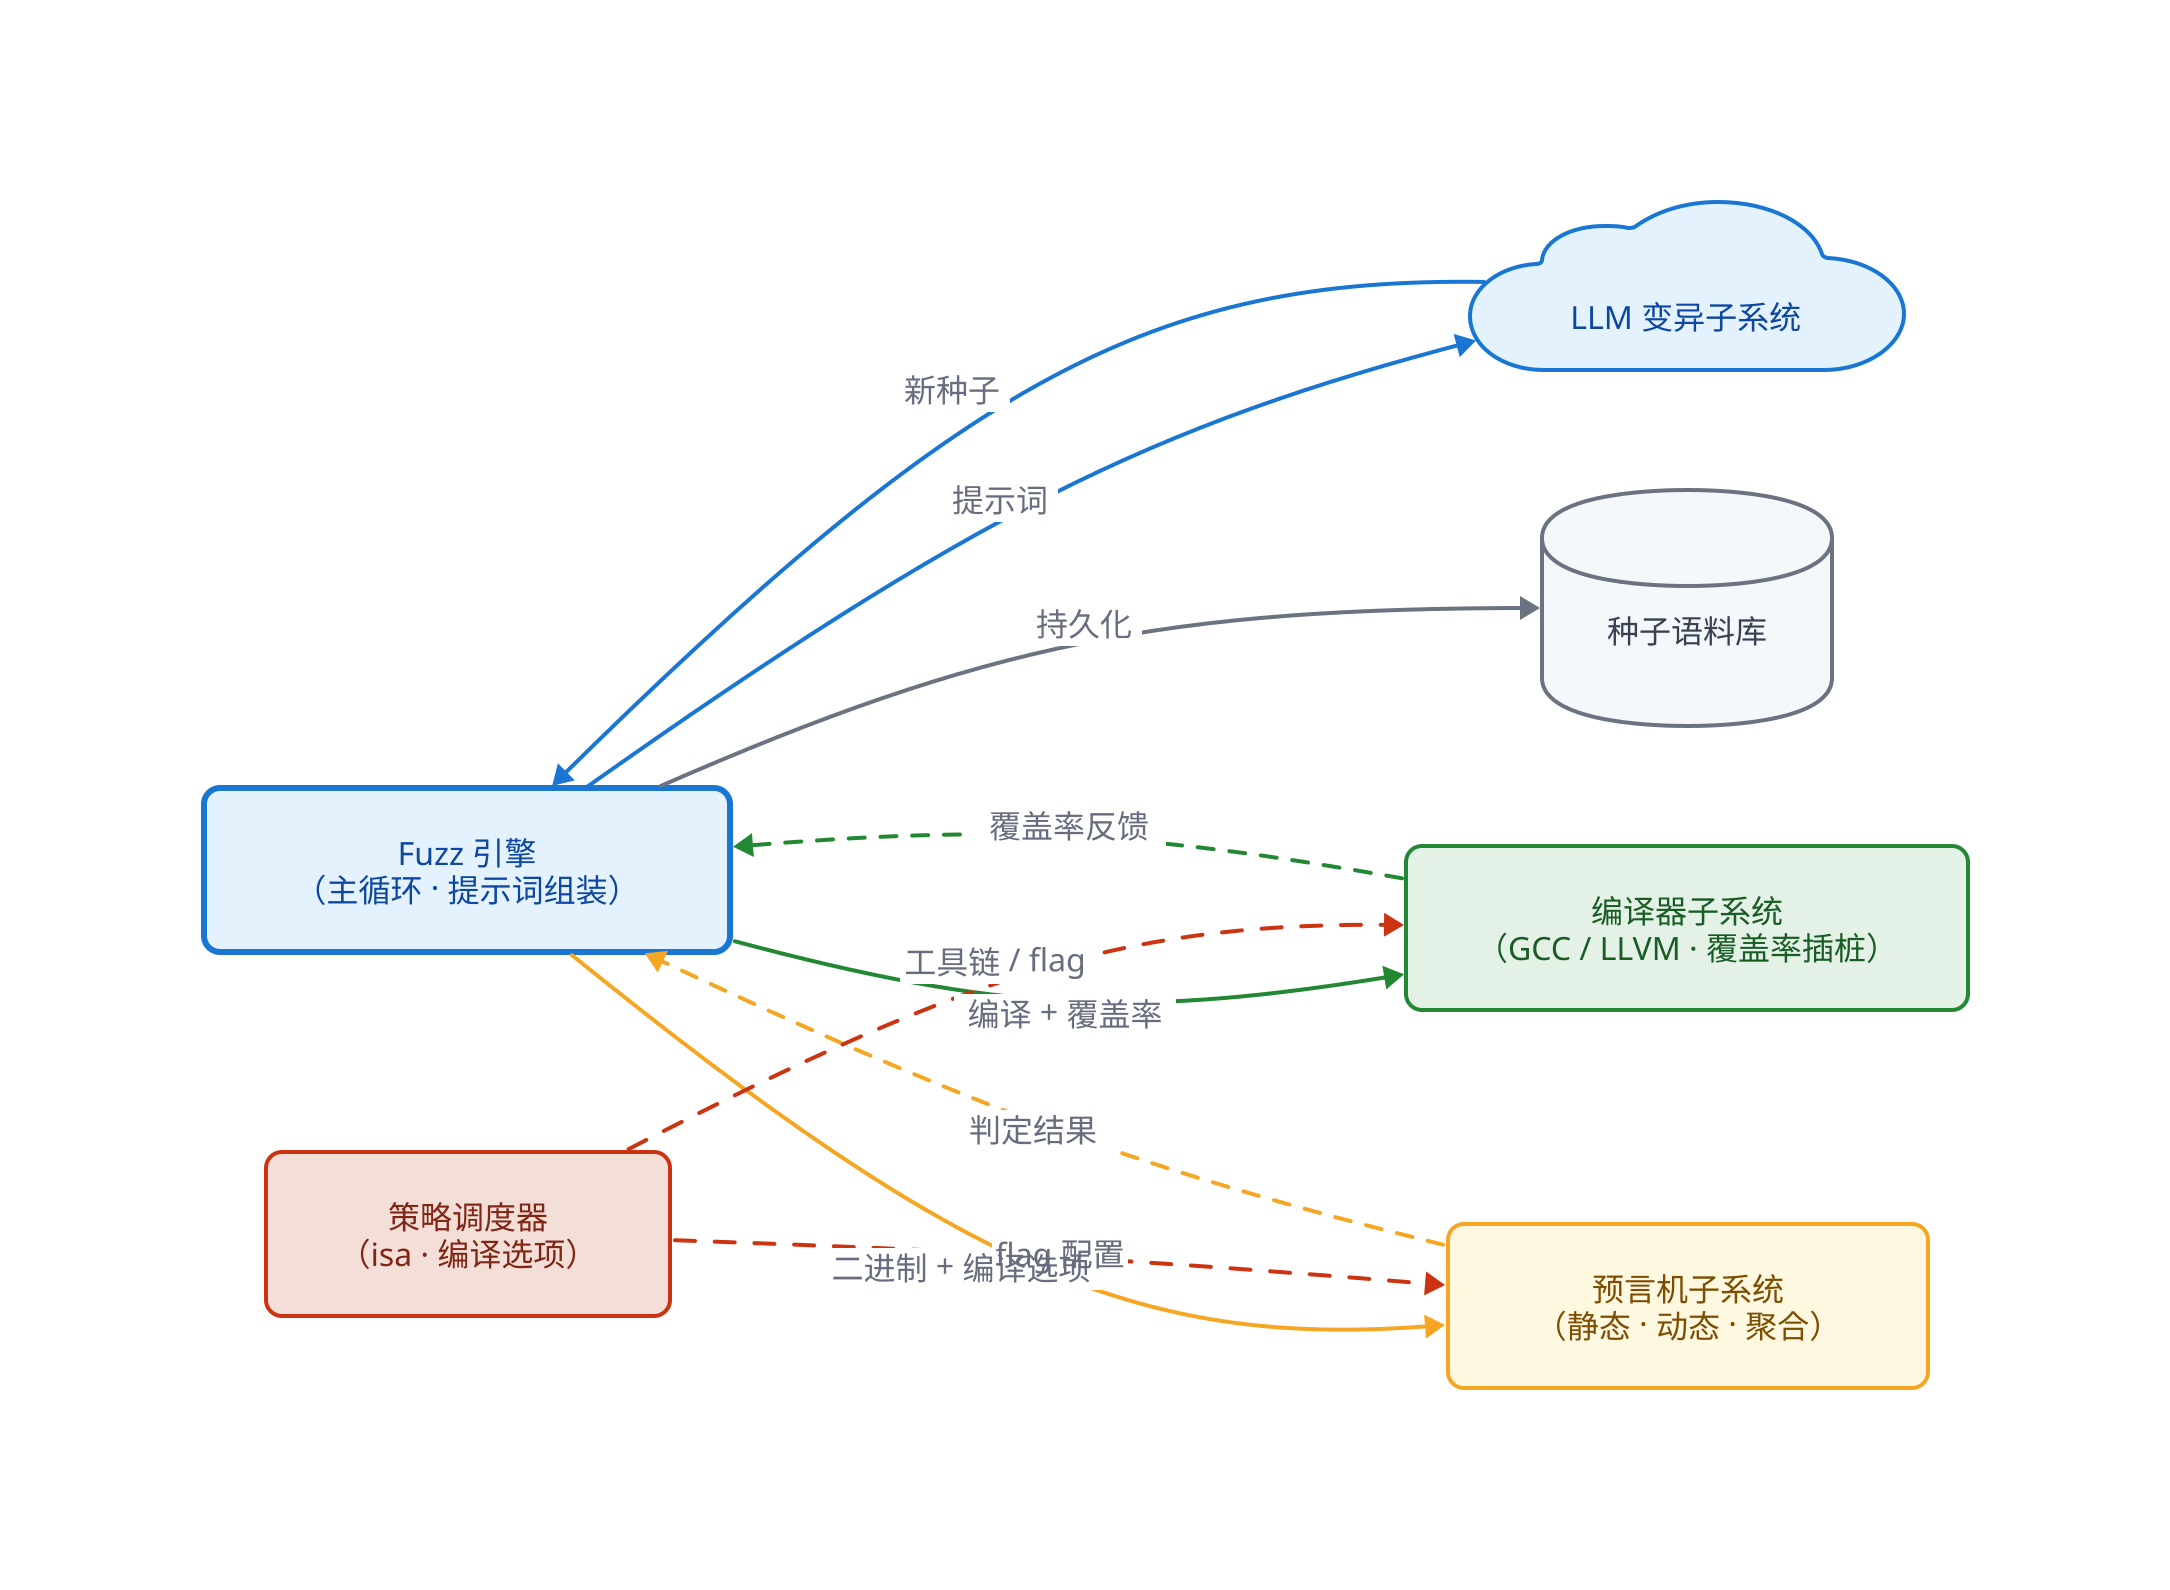
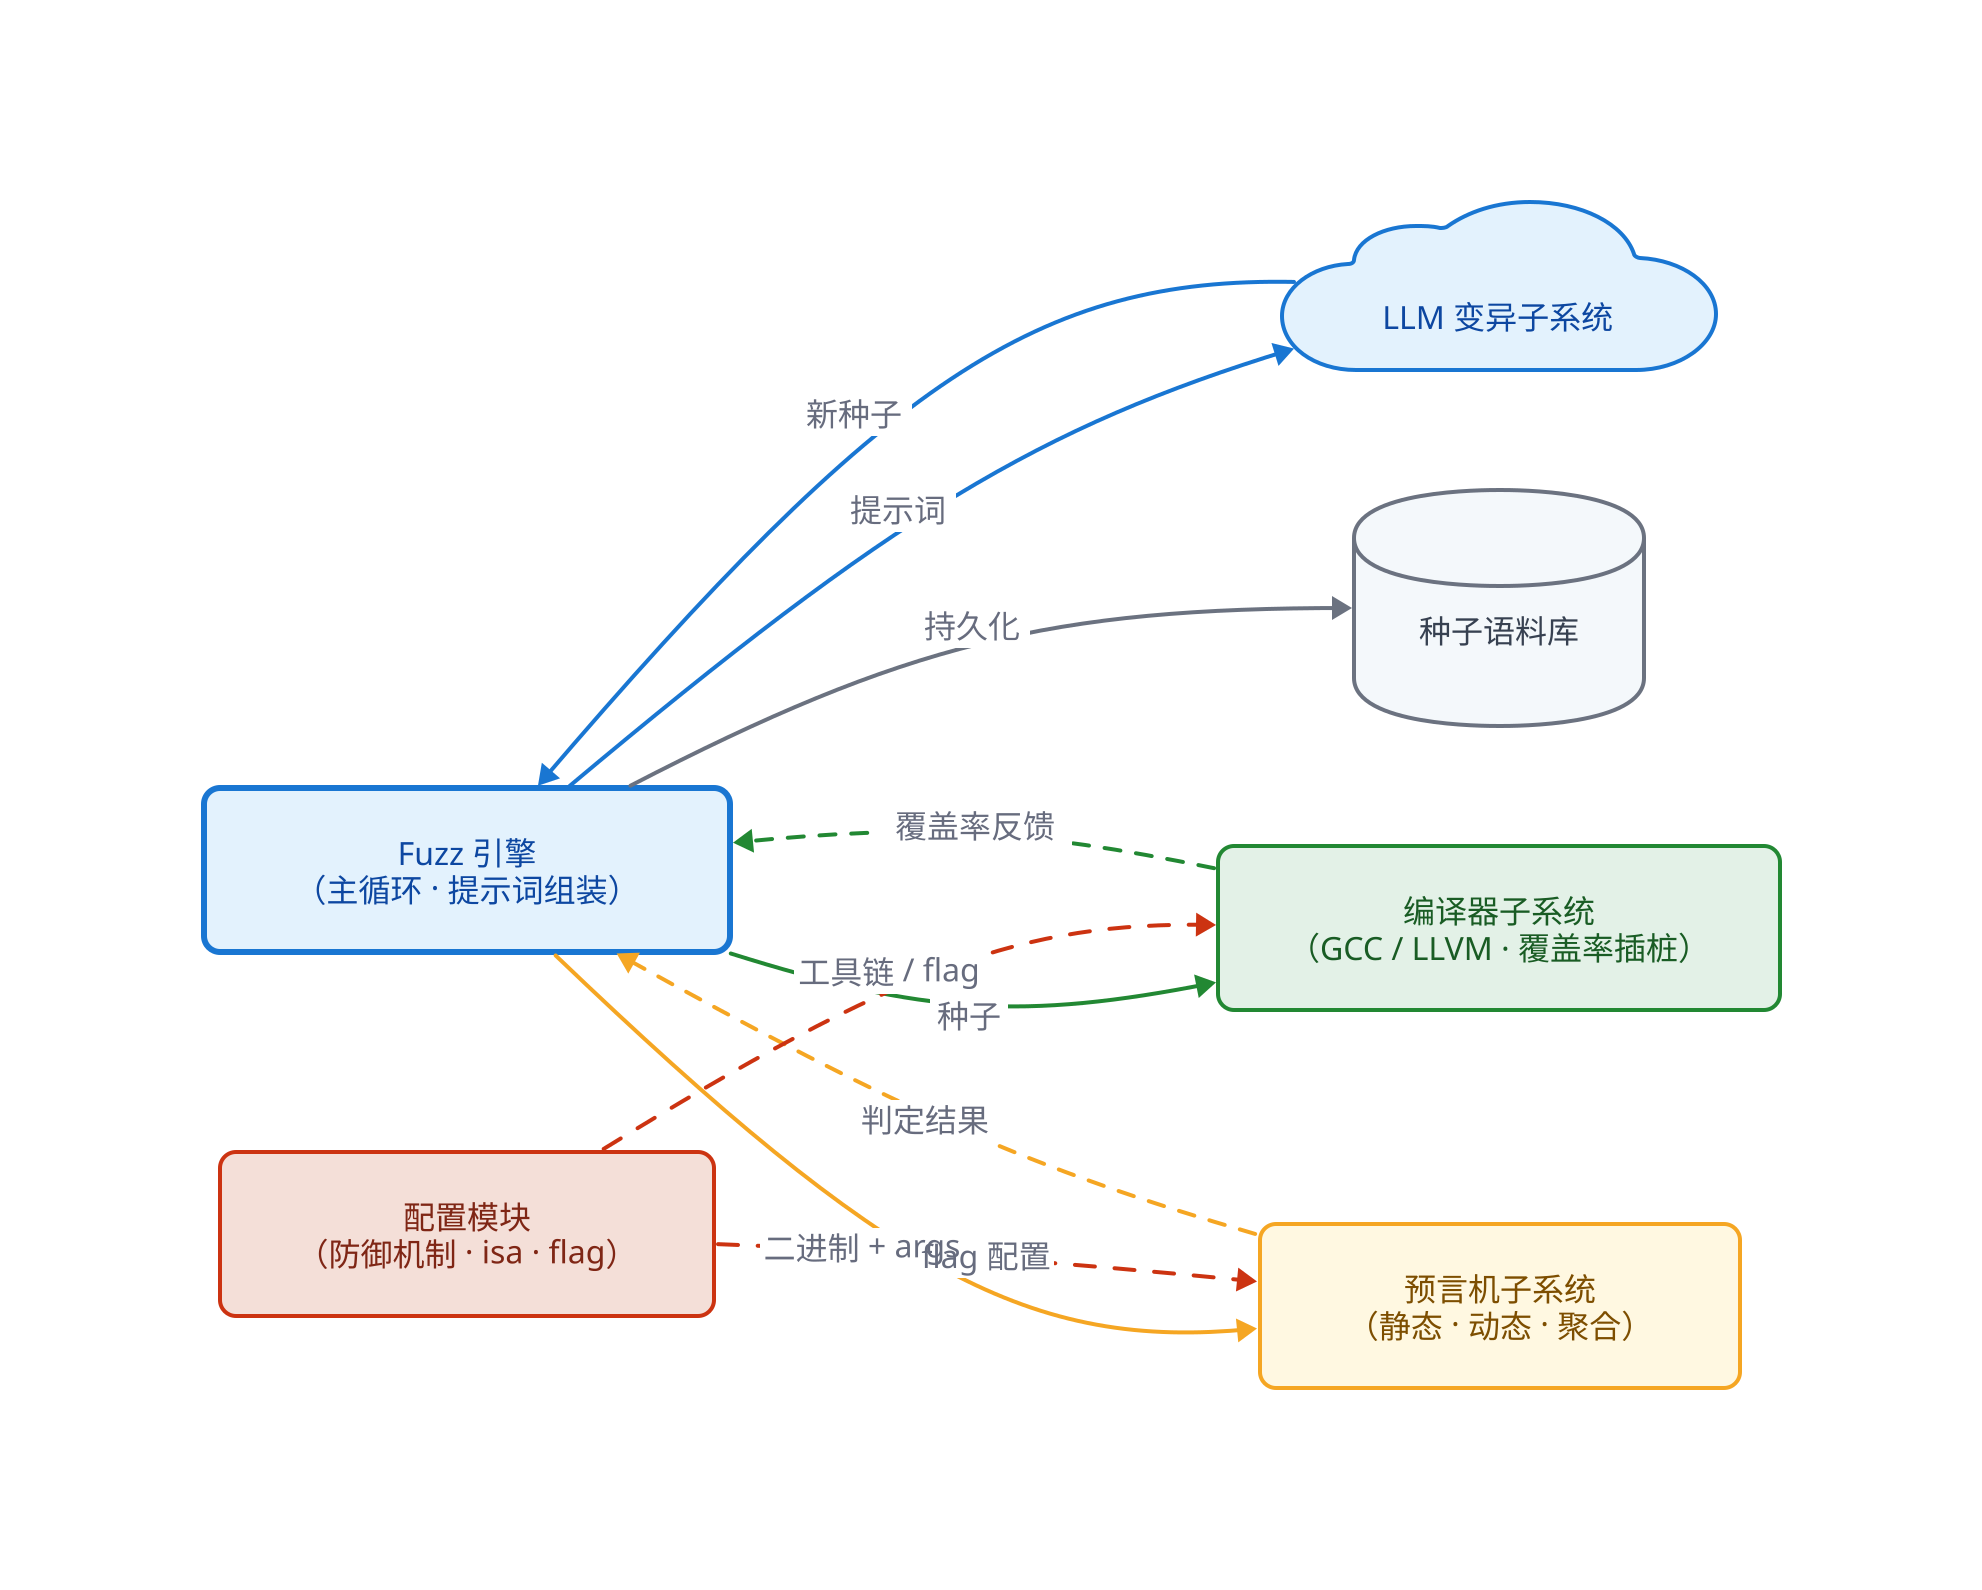
# 图 4 — DeFuzz 总体架构（中文版）
# 渲染：d2 --layout=elk --pad=24 architecture.zh.d2 architecture.zh.svg
# 节点收紧：仅保留 引擎 / 编译器 / 大模型 / 预言机 / 语料库 / 调度器 6 个核心模块。

direction: right

engine: "Fuzz 引擎\n（主循环 · 提示词组装）" {
  style: {
    fill: "#E3F2FD"; stroke: "#1976D2"; stroke-width: 3
    font-color: "#0D47A1"; border-radius: 8; bold: true
  }
}

llm: "LLM 变异子系统" {
  shape: cloud
  style: {
    fill: "#E3F2FD"; stroke: "#1976D2"; stroke-width: 2
    font-color: "#0D47A1"; bold: true
  }
}

compiler: "编译器子系统\n（GCC / LLVM · 覆盖率插桩）" {
  style: {
    fill: "#E3F1E7"; stroke: "#228833"; stroke-width: 2
    font-color: "#195C24"; border-radius: 8
  }
}

oracle: "预言机子系统\n（静态 · 动态 · 聚合）" {
  style: {
    fill: "#FFF8E1"; stroke: "#F5A623"; stroke-width: 2
    font-color: "#7D4E00"; border-radius: 8
  }
}

corpus: "种子语料库" {
  shape: cylinder
  style: {
    fill: "#F4F8FB"; stroke: "#6B7280"; stroke-width: 2
    font-color: "#374151"; bold: true
  }
}

- scheduler: "策略调度器\n（isa · 编译选项）" {
+ scheduler: "配置模块\n（防御机制 · isa · flag）" {
  style: {
    fill: "#F4DFD8"; stroke: "#CC3311"; stroke-width: 2
    font-color: "#7F2615"; border-radius: 8
  }
}

engine -> llm: "提示词" { style: { stroke: "#1976D2"; stroke-width: 2 } }
llm -> engine: "新种子" { style: { stroke: "#1976D2"; stroke-width: 2 } }

- engine -> compiler: "编译 + 覆盖率" { style: { stroke: "#228833"; stroke-width: 2 } }
+ engine -> compiler: "种子" { style: { stroke: "#228833"; stroke-width: 2 } }
compiler -> engine: "覆盖率反馈" { style: { stroke: "#228833"; stroke-width: 2; stroke-dash: 4 } }

- engine -> oracle: "二进制 + 编译选项" { style: { stroke: "#F5A623"; stroke-width: 2 } }
+ engine -> oracle: "二进制 + args" { style: { stroke: "#F5A623"; stroke-width: 2 } }
oracle -> engine: "判定结果" { style: { stroke: "#F5A623"; stroke-width: 2; stroke-dash: 4 } }

engine -> corpus: "持久化" { style: { stroke: "#6B7280"; stroke-width: 2 } }

scheduler -> compiler: "工具链 / flag" { style: { stroke: "#CC3311"; stroke-width: 2; stroke-dash: 5 } }
scheduler -> oracle: "flag 配置" { style: { stroke: "#CC3311"; stroke-width: 2; stroke-dash: 5 } }
